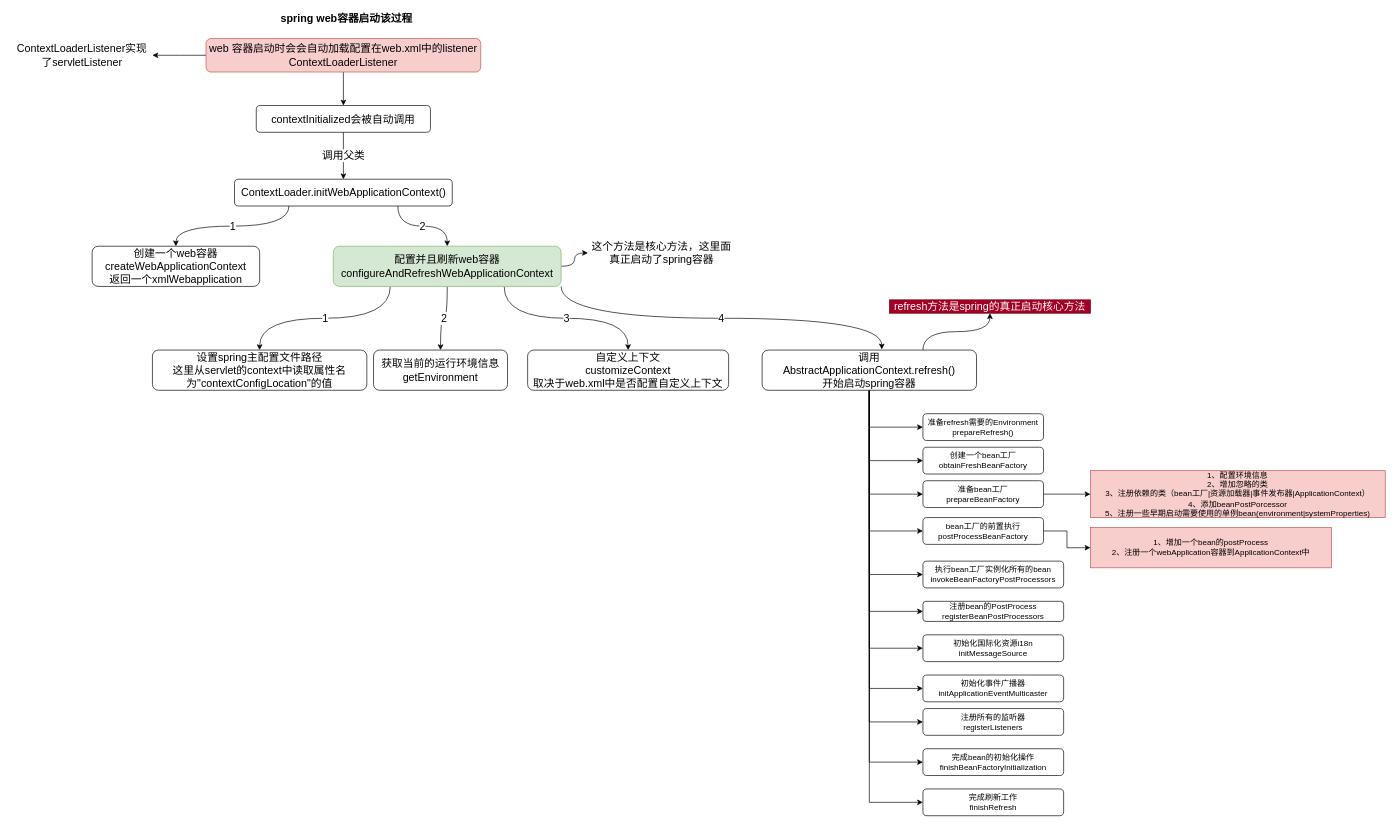
wangruiCoder/studymk keeps this draw.io diagram as page "spring 容器的启动过程" (1 of 2) of spring&spring boot/spring 容器启动过程.drawio. Above is the earlier version. Source tidied: cells renumbered, new cells numbered last; positions are measured from the earlier drawing's top-left corner, leaving out a move shared by most shapes. Both pictures are drawn from the tidied source at 67%, with x=0, y=0 at pixel (11, 11).
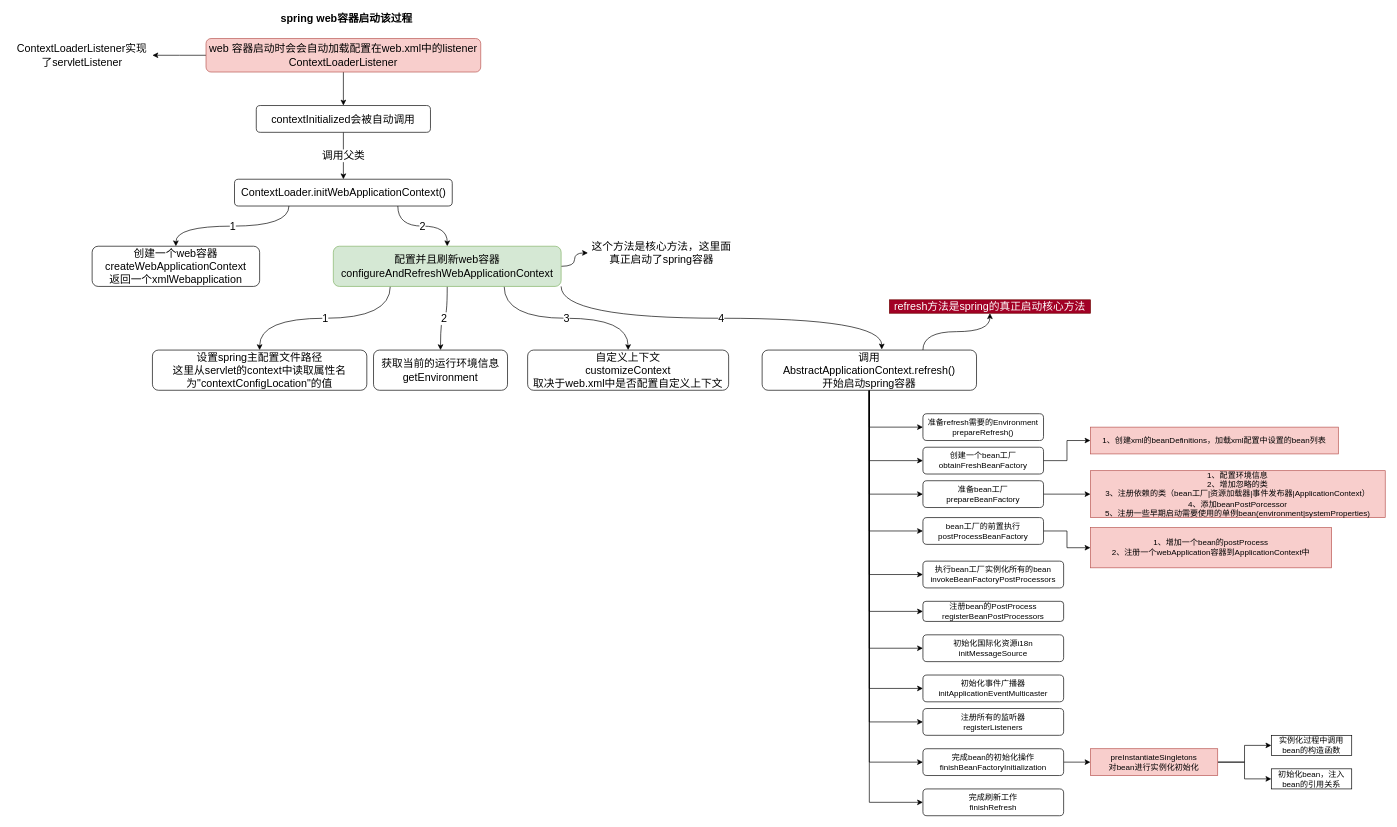
After the change.

Unchanged cells that the change refers to:
```xml
<mxCell id="38" value="创建一个bean工厂&lt;br&gt;obtainFreshBeanFactory" style="rounded=1;whiteSpace=wrap;html=1;" parent="1" vertex="1">
  <mxGeometry x="1360" y="650" width="180" height="40" as="geometry" />
</mxCell>
<mxCell id="50" value="完成bean的初始化操作&lt;br&gt;finishBeanFactoryInitialization" style="rounded=1;whiteSpace=wrap;html=1;" parent="1" vertex="1">
  <mxGeometry x="1360" y="1100" width="210" height="40" as="geometry" />
</mxCell>
```

The edit, as a diff of the source:
```diff
@@
+    <mxCell id="52" style="edgeStyle=orthogonalEdgeStyle;rounded=0;jettySize=auto;html=1;exitX=1;exitY=0.5;exitDx=0;exitDy=0;" parent="1" edge="1" source="38" target="54">
+      <mxGeometry relative="1" as="geometry" />
+    </mxCell>
@@
+    <mxCell id="53" style="edgeStyle=orthogonalEdgeStyle;rounded=0;jettySize=auto;html=1;exitX=1;exitY=0.5;exitDx=0;exitDy=0;" parent="1" edge="1" source="50" target="57">
+      <mxGeometry relative="1" as="geometry" />
+    </mxCell>
@@
+    <mxCell id="54" value="1、创建xml的beanDefinitions，加载xml配置中设置的bean列表" style="rounded=0;whiteSpace=wrap;html=1;fillColor=#f8cecc;strokeColor=#b85450;" parent="1" vertex="1">
+      <mxGeometry x="1610" y="620" width="370" height="40" as="geometry" />
+    </mxCell>
+    <mxCell id="55" style="edgeStyle=orthogonalEdgeStyle;rounded=0;jettySize=auto;html=1;exitX=1;exitY=0.5;exitDx=0;exitDy=0;" parent="1" edge="1" source="57" target="58">
+      <mxGeometry relative="1" as="geometry" />
+    </mxCell>
+    <mxCell id="56" style="edgeStyle=orthogonalEdgeStyle;rounded=0;jettySize=auto;html=1;exitX=1;exitY=0.5;exitDx=0;exitDy=0;" parent="1" edge="1" source="57" target="59">
+      <mxGeometry relative="1" as="geometry" />
+    </mxCell>
+    <mxCell id="57" value="preInstantiateSingletons&lt;br&gt;对bean进行实例化初始化" style="rounded=0;whiteSpace=wrap;html=1;fillColor=#f8cecc;strokeColor=#b85450;" parent="1" vertex="1">
+      <mxGeometry x="1610" y="1100" width="190" height="40" as="geometry" />
+    </mxCell>
+    <mxCell id="58" value="实例化过程中调用bean的构造函数" style="rounded=0;whiteSpace=wrap;html=1;" parent="1" vertex="1">
+      <mxGeometry x="1880" y="1080" width="120" height="30" as="geometry" />
+    </mxCell>
+    <mxCell id="59" value="初始化bean，注入bean的引用关系" style="rounded=0;whiteSpace=wrap;html=1;" parent="1" vertex="1">
+      <mxGeometry x="1880" y="1130" width="120" height="30" as="geometry" />
+    </mxCell>
```
